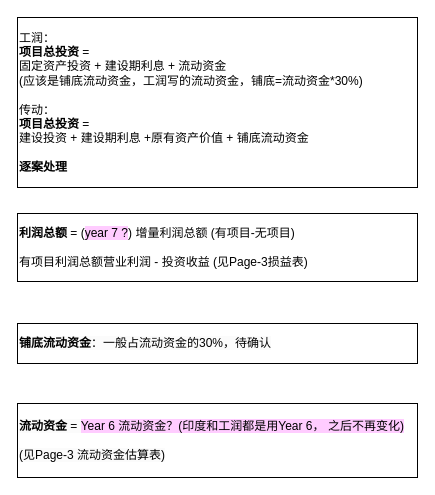
Yatttin/attention-nmt keeps this draw.io diagram as page "Page-7 其他数据" (6 of 8) of Untitled Diagram.drawio. Above is the earlier version. Source tidied: cells renumbered, new cells numbered last; positions are measured from the earlier drawing's top-left corner, leaving out a move shared by most shapes. Both pictures are drawn from the tidied source at 100%, with x=0, y=0 at pixel (17, 17).
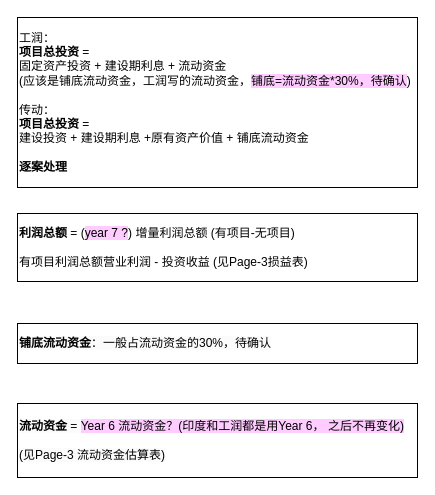
Above is the later version.

What changed in the source:
```diff
@@
 <mxGraphModel>
   <root>
     <mxCell id="0" />
     <mxCell id="1" parent="0" />
-    <mxCell id="2" value="工润：&lt;br&gt;&lt;b&gt;项目总投资&lt;/b&gt; = &lt;br&gt;固定资产投资 + 建设期利息 + 流动资金&lt;br&gt;(应该是铺底流动资金，工润写的流动资金，铺底=流动资金*30%)&lt;br&gt;&lt;br&gt;&lt;font style=&quot;border-color: var(--border-color);&quot; class=&quot;font5&quot;&gt;传动：&lt;br&gt;&lt;b style=&quot;border-color: var(--border-color);&quot;&gt;项目总投资&lt;/b&gt;&amp;nbsp;=&amp;nbsp;&lt;br&gt;建设投资 +&amp;nbsp;&lt;/font&gt;建设期利息 +原有资产价值 + 铺底流动资金&lt;br&gt;&lt;b&gt;&lt;br&gt;逐案处理&lt;/b&gt;" style="rounded=0;whiteSpace=wrap;html=1;align=left;" parent="1" vertex="1">
+    <mxCell id="2" value="工润：&lt;br&gt;&lt;b&gt;项目总投资&lt;/b&gt; = &lt;br&gt;固定资产投资 + 建设期利息 + 流动资金&lt;br&gt;(应该是铺底流动资金，工润写的流动资金，&lt;span style=&quot;background-color: rgb(255, 204, 255);&quot;&gt;铺底=流动资金*30%，待确认&lt;/span&gt;)&lt;br&gt;&lt;br&gt;&lt;font style=&quot;border-color: var(--border-color);&quot; class=&quot;font5&quot;&gt;传动：&lt;br&gt;&lt;b style=&quot;border-color: var(--border-color);&quot;&gt;项目总投资&lt;/b&gt;&amp;nbsp;=&amp;nbsp;&lt;br&gt;建设投资 +&amp;nbsp;&lt;/font&gt;建设期利息 +原有资产价值 + 铺底流动资金&lt;br&gt;&lt;b&gt;&lt;br&gt;逐案处理&lt;/b&gt;" style="rounded=0;whiteSpace=wrap;html=1;align=left;" parent="1" vertex="1">
       <mxGeometry width="400" height="170" as="geometry" />
     </mxCell>
     <mxCell id="3" value="&lt;b&gt;利润总额&lt;/b&gt; = (&lt;span style=&quot;background-color: rgb(255, 204, 255);&quot;&gt;year 7 ?&lt;/span&gt;) 增量利润总额 (有项目-无项目)&lt;br&gt;&lt;br&gt;有项目利润总额营业利润 - 投资收益 (见Page-3损益表)" style="rounded=0;whiteSpace=wrap;html=1;align=left;" parent="1" vertex="1">
       <mxGeometry y="196" width="400" height="68" as="geometry" />
     </mxCell>
     <mxCell id="4" value="&lt;span style=&quot;color: rgb(0, 0, 0); font-family: Helvetica; font-style: normal; font-variant-ligatures: normal; font-variant-caps: normal; letter-spacing: normal; orphans: 2; text-indent: 0px; text-transform: none; widows: 2; word-spacing: 0px; -webkit-text-stroke-width: 0px; background-color: rgb(251, 251, 251); text-decoration-thickness: initial; text-decoration-style: initial; text-decoration-color: initial; float: none; display: inline !important;&quot;&gt;&lt;font style=&quot;font-size: 12px;&quot;&gt;&lt;b&gt;铺底流动资金&lt;/b&gt;：一般占流动资金的30%，待确认&lt;/font&gt;&lt;/span&gt;" style="text;whiteSpace=wrap;html=1;align=left;verticalAlign=middle;fillColor=default;strokeColor=default;" parent="1" vertex="1">
       <mxGeometry y="306" width="400" height="40" as="geometry" />
     </mxCell>
     <mxCell id="5" value="&lt;span style=&quot;color: rgb(0, 0, 0); font-family: Helvetica; font-style: normal; font-variant-ligatures: normal; font-variant-caps: normal; letter-spacing: normal; orphans: 2; text-indent: 0px; text-transform: none; widows: 2; word-spacing: 0px; -webkit-text-stroke-width: 0px; text-decoration-thickness: initial; text-decoration-style: initial; text-decoration-color: initial; float: none; display: inline !important;&quot;&gt;&lt;font style=&quot;font-size: 12px;&quot;&gt;&lt;span style=&quot;background-color: rgb(251, 251, 251);&quot;&gt;&lt;b&gt;流动资金&lt;/b&gt; = &lt;/span&gt;&lt;span style=&quot;font-weight: 400; background-color: rgb(255, 204, 255);&quot;&gt;Year 6 流动资金？(印度和工润都是用Year 6， 之后不再变化)&lt;br&gt;&lt;br&gt;&lt;/span&gt;&lt;span style=&quot;font-weight: 400; background-color: rgb(251, 251, 251);&quot;&gt;(见Page-3 流动资金估算表)&lt;/span&gt;&lt;/font&gt;&lt;/span&gt;" style="text;whiteSpace=wrap;html=1;align=left;verticalAlign=middle;fillColor=default;strokeColor=default;" parent="1" vertex="1">
       <mxGeometry y="386" width="400" height="74" as="geometry" />
     </mxCell>
   </root>
 </mxGraphModel>
```
